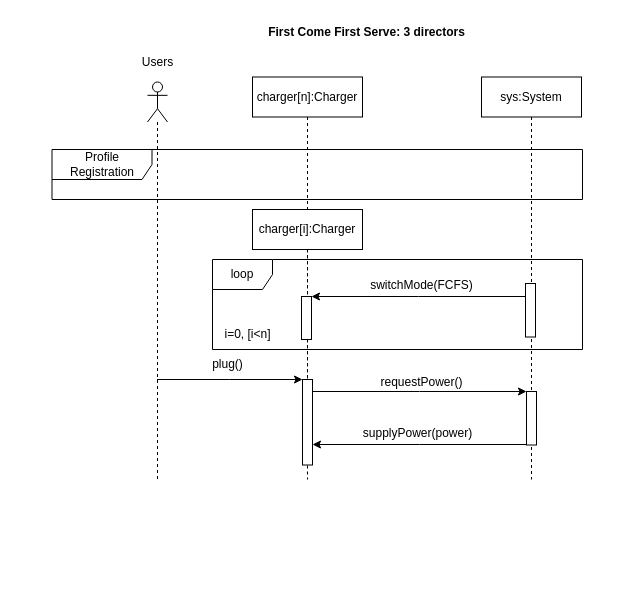
The draw.io diagram page "3 Directors" (7 of 9) of Documents/Design/UseCases_SequenceDiagrams.drawio in SeanDBrrr/PowerLoadBalancer, before the edit. Source tidied: cells renumbered, new cells numbered last; positions are measured from the earlier drawing's top-left corner, leaving out a move shared by most shapes. Both pictures are drawn from the tidied source at 100%, with x=0, y=0 at pixel (52, 17).
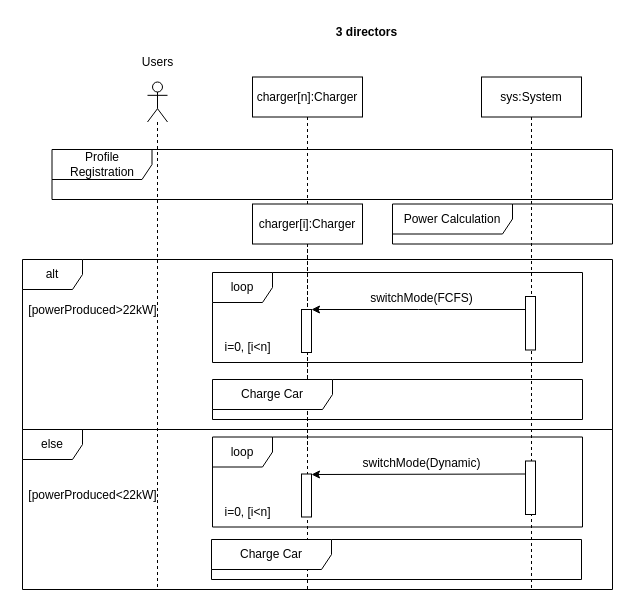
The same diagram, later.

Diff of the diagram source:
```diff
@@
+    <mxCell id="23" value="alt" style="shape=umlFrame;whiteSpace=wrap;html=1;" parent="1" vertex="1">
+      <mxGeometry x="-30" y="242" width="590" height="170" as="geometry" />
+    </mxCell>
     <mxCell id="2" value="loop" style="shape=umlFrame;whiteSpace=wrap;html=1;" parent="1" vertex="1">
-      <mxGeometry x="160" y="242" width="370" height="90" as="geometry" />
+      <mxGeometry x="160" y="255" width="370" height="90" as="geometry" />
     </mxCell>
     <mxCell id="3" value="sys:System" style="shape=umlLifeline;perimeter=lifelinePerimeter;whiteSpace=wrap;html=1;newEdgeStyle={&quot;edgeStyle&quot;:&quot;elbowEdgeStyle&quot;,&quot;elbow&quot;:&quot;vertical&quot;,&quot;curved&quot;:0,&quot;rounded&quot;:0};" parent="1" vertex="1">
-      <mxGeometry x="429" y="59.5" width="100" height="402.5" as="geometry" />
+      <mxGeometry x="429" y="59.5" width="100" height="512.5" as="geometry" />
     </mxCell>
     <mxCell id="4" style="html=1;perimeter=orthogonalPerimeter;targetShapes=umlLifeline;newEdgeStyle={&quot;edgeStyle&quot;:&quot;elbowEdgeStyle&quot;,&quot;elbow&quot;:&quot;vertical&quot;,&quot;curved&quot;:0,&quot;rounded&quot;:0};" parent="3" vertex="1">
-      <mxGeometry x="44" y="206.5" width="10" height="53.5" as="geometry" />
+      <mxGeometry x="44" y="219.5" width="10" height="53.5" as="geometry" />
     </mxCell>
@@
-    <mxCell id="6" style="edgeStyle=elbowEdgeStyle;rounded=0;orthogonalLoop=1;jettySize=auto;html=1;elbow=vertical;curved=0;" parent="1" edge="1">
-      <mxGeometry relative="1" as="geometry">
-        <mxPoint x="104.5" y="362" as="sourcePoint" />
-        <mxPoint x="250" y="362" as="targetPoint" />
-      </mxGeometry>
-    </mxCell>
     <mxCell id="7" style="shape=umlLifeline;perimeter=lifelinePerimeter;whiteSpace=wrap;html=1;newEdgeStyle={&quot;edgeStyle&quot;:&quot;elbowEdgeStyle&quot;,&quot;elbow&quot;:&quot;vertical&quot;,&quot;curved&quot;:0,&quot;rounded&quot;:0};participant=umlActor;" parent="1" vertex="1">
-      <mxGeometry x="95" y="64.5" width="20" height="397.5" as="geometry" />
+      <mxGeometry x="95" y="64.5" width="20" height="507.5" as="geometry" />
     </mxCell>
@@
-    <mxCell id="9" value="&lt;b&gt;First Come First Serve: 3 directors&lt;/b&gt;" style="text;html=1;align=center;verticalAlign=middle;strokeColor=none;fillColor=none;" parent="1" vertex="1">
-      <mxGeometry x="203.8" y="-0.5" width="220" height="30" as="geometry" />
+    <mxCell id="9" value="&lt;b&gt;3 directors&lt;/b&gt;" style="text;html=1;align=center;verticalAlign=middle;strokeColor=none;fillColor=none;" parent="1" vertex="1">
+      <mxGeometry x="273.8" y="-0.5" width="80" height="30" as="geometry" />
     </mxCell>
     <mxCell id="10" value="switchMode(FCFS)" style="text;html=1;align=center;verticalAlign=middle;strokeColor=none;fillColor=none;" parent="1" vertex="1">
-      <mxGeometry x="303.8" y="253" width="130" height="30" as="geometry" />
+      <mxGeometry x="303.8" y="266" width="130" height="30" as="geometry" />
     </mxCell>
     <mxCell id="11" value="Profile Registration" style="shape=umlFrame;whiteSpace=wrap;html=1;width=100;height=30;" parent="1" vertex="1">
-      <mxGeometry x="-0.5" y="132" width="530.5" height="50" as="geometry" />
+      <mxGeometry x="-0.5" y="132" width="560.5" height="50" as="geometry" />
     </mxCell>
     <mxCell id="12" value="charger[i]:Charger" style="shape=umlLifeline;perimeter=lifelinePerimeter;whiteSpace=wrap;html=1;newEdgeStyle={&quot;edgeStyle&quot;:&quot;elbowEdgeStyle&quot;,&quot;elbow&quot;:&quot;vertical&quot;,&quot;curved&quot;:0,&quot;rounded&quot;:0};" parent="1" vertex="1">
-      <mxGeometry x="200" y="192" width="110" height="270" as="geometry" />
+      <mxGeometry x="200" y="186.5" width="110" height="385.5" as="geometry" />
     </mxCell>
     <mxCell id="13" style="html=1;perimeter=orthogonalPerimeter;targetShapes=umlLifeline;newEdgeStyle={&quot;edgeStyle&quot;:&quot;elbowEdgeStyle&quot;,&quot;elbow&quot;:&quot;vertical&quot;,&quot;curved&quot;:0,&quot;rounded&quot;:0};" parent="1" vertex="1">
-      <mxGeometry x="249" y="279" width="10" height="43" as="geometry" />
+      <mxGeometry x="249" y="292" width="10" height="43" as="geometry" />
     </mxCell>
     <mxCell id="14" style="edgeStyle=elbowEdgeStyle;rounded=0;orthogonalLoop=1;jettySize=auto;html=1;elbow=vertical;curved=0;" parent="1" edge="1">
       <mxGeometry relative="1" as="geometry">
-        <mxPoint x="473" y="279" as="sourcePoint" />
-        <mxPoint x="259" y="279" as="targetPoint" />
+        <mxPoint x="473" y="292" as="sourcePoint" />
+        <mxPoint x="259" y="292" as="targetPoint" />
       </mxGeometry>
     </mxCell>
     <mxCell id="15" value="i=0, [i&amp;lt;n]" style="text;html=1;align=center;verticalAlign=middle;strokeColor=none;fillColor=none;" parent="1" vertex="1">
-      <mxGeometry x="160" y="302" width="70" height="30" as="geometry" />
+      <mxGeometry x="160" y="315" width="70" height="30" as="geometry" />
     </mxCell>
-    <mxCell id="16" style="edgeStyle=elbowEdgeStyle;rounded=0;orthogonalLoop=1;jettySize=auto;html=1;elbow=vertical;curved=0;" parent="1" edge="1">
-      <mxGeometry relative="1" as="geometry">
-        <mxPoint x="260" y="374" as="sourcePoint" />
-        <mxPoint x="474" y="374" as="targetPoint" />
-      </mxGeometry>
-    </mxCell>
-    <mxCell id="17" style="html=1;perimeter=orthogonalPerimeter;targetShapes=umlLifeline;newEdgeStyle={&quot;edgeStyle&quot;:&quot;elbowEdgeStyle&quot;,&quot;elbow&quot;:&quot;vertical&quot;,&quot;curved&quot;:0,&quot;rounded&quot;:0};" parent="1" vertex="1">
-      <mxGeometry x="250" y="362" width="10" height="85.5" as="geometry" />
-    </mxCell>
-    <mxCell id="18" style="edgeStyle=elbowEdgeStyle;rounded=0;orthogonalLoop=1;jettySize=auto;html=1;elbow=vertical;curved=0;" parent="1" edge="1">
-      <mxGeometry relative="1" as="geometry">
-        <mxPoint x="474" y="427" as="sourcePoint" />
-        <mxPoint x="260" y="427" as="targetPoint" />
-      </mxGeometry>
-    </mxCell>
-    <mxCell id="19" style="html=1;perimeter=orthogonalPerimeter;targetShapes=umlLifeline;newEdgeStyle={&quot;edgeStyle&quot;:&quot;elbowEdgeStyle&quot;,&quot;elbow&quot;:&quot;vertical&quot;,&quot;curved&quot;:0,&quot;rounded&quot;:0};" parent="1" vertex="1">
-      <mxGeometry x="474" y="374" width="10" height="53.5" as="geometry" />
-    </mxCell>
-    <mxCell id="20" value="requestPower()" style="text;html=1;align=center;verticalAlign=middle;strokeColor=none;fillColor=none;" parent="1" vertex="1">
-      <mxGeometry x="313.8" y="350" width="110" height="30" as="geometry" />
-    </mxCell>
-    <mxCell id="21" value="supplyPower(power)" style="text;html=1;align=center;verticalAlign=middle;strokeColor=none;fillColor=none;" parent="1" vertex="1">
-      <mxGeometry x="300" y="400.5" width="130" height="30" as="geometry" />
-    </mxCell>
-    <mxCell id="22" value="plug()" style="text;html=1;align=center;verticalAlign=middle;strokeColor=none;fillColor=none;" parent="1" vertex="1">
-      <mxGeometry x="150" y="332" width="50" height="30" as="geometry" />
-    </mxCell>
+    <mxCell id="24" value="[powerProduced&amp;gt;22kW]" style="text;html=1;align=center;verticalAlign=middle;strokeColor=none;fillColor=none;" parent="1" vertex="1">
+      <mxGeometry x="-35" y="278.2" width="150" height="30" as="geometry" />
+    </mxCell>
+    <mxCell id="25" value="Power Calculation" style="shape=umlFrame;whiteSpace=wrap;html=1;width=120;height=30;" parent="1" vertex="1">
+      <mxGeometry x="340" y="186.5" width="220" height="40" as="geometry" />
+    </mxCell>
+    <mxCell id="26" value="else" style="shape=umlFrame;whiteSpace=wrap;html=1;" parent="1" vertex="1">
+      <mxGeometry x="-30" y="412" width="590" height="160" as="geometry" />
+    </mxCell>
+    <mxCell id="27" value="loop" style="shape=umlFrame;whiteSpace=wrap;html=1;" parent="1" vertex="1">
+      <mxGeometry x="160" y="419.5" width="370" height="90" as="geometry" />
+    </mxCell>
+    <mxCell id="28" style="html=1;perimeter=orthogonalPerimeter;targetShapes=umlLifeline;newEdgeStyle={&quot;edgeStyle&quot;:&quot;elbowEdgeStyle&quot;,&quot;elbow&quot;:&quot;vertical&quot;,&quot;curved&quot;:0,&quot;rounded&quot;:0};" parent="1" vertex="1">
+      <mxGeometry x="473" y="443.5" width="10" height="53.5" as="geometry" />
+    </mxCell>
+    <mxCell id="29" value="switchMode(Dynamic)" style="text;html=1;align=center;verticalAlign=middle;strokeColor=none;fillColor=none;" parent="1" vertex="1">
+      <mxGeometry x="298.8" y="430.5" width="140" height="30" as="geometry" />
+    </mxCell>
+    <mxCell id="30" style="html=1;perimeter=orthogonalPerimeter;targetShapes=umlLifeline;newEdgeStyle={&quot;edgeStyle&quot;:&quot;elbowEdgeStyle&quot;,&quot;elbow&quot;:&quot;vertical&quot;,&quot;curved&quot;:0,&quot;rounded&quot;:0};" parent="1" vertex="1">
+      <mxGeometry x="249" y="456.5" width="10" height="43" as="geometry" />
+    </mxCell>
+    <mxCell id="31" style="edgeStyle=elbowEdgeStyle;rounded=0;orthogonalLoop=1;jettySize=auto;html=1;elbow=vertical;curved=0;" parent="1" edge="1">
+      <mxGeometry relative="1" as="geometry">
+        <mxPoint x="473" y="456.5" as="sourcePoint" />
+        <mxPoint x="259" y="456.5" as="targetPoint" />
+      </mxGeometry>
+    </mxCell>
+    <mxCell id="32" value="i=0, [i&amp;lt;n]" style="text;html=1;align=center;verticalAlign=middle;strokeColor=none;fillColor=none;" parent="1" vertex="1">
+      <mxGeometry x="160" y="479.5" width="70" height="30" as="geometry" />
+    </mxCell>
+    <mxCell id="33" value="[powerProduced&amp;lt;22kW]" style="text;html=1;align=center;verticalAlign=middle;strokeColor=none;fillColor=none;" parent="1" vertex="1">
+      <mxGeometry x="-35" y="463" width="150" height="30" as="geometry" />
+    </mxCell>
+    <mxCell id="34" value="Charge Car" style="shape=umlFrame;whiteSpace=wrap;html=1;width=120;height=30;" parent="1" vertex="1">
+      <mxGeometry x="160" y="362" width="370" height="40" as="geometry" />
+    </mxCell>
+    <mxCell id="35" value="Charge Car" style="shape=umlFrame;whiteSpace=wrap;html=1;width=120;height=30;" parent="1" vertex="1">
+      <mxGeometry x="159" y="522" width="370" height="40" as="geometry" />
+    </mxCell>
```
